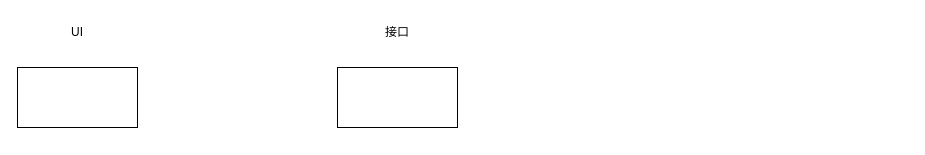
The draw.io diagram company_dialog.drawio in hhhhh15/drawio, before the edit. Source tidied: cells renumbered, new cells numbered last; positions are measured from the earlier drawing's top-left corner, leaving out a move shared by most shapes. Both pictures are drawn from the tidied source at 100%, with x=0, y=0 at pixel (17, 17).
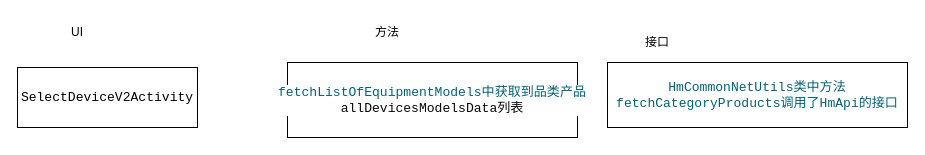
After the change.

Change to the diagram source:
```diff
@@
 <mxGraphModel>
   <root>
     <mxCell id="0" />
     <mxCell id="1" parent="0" />
-    <mxCell id="2" style="whiteSpace=wrap;html=1;" parent="1" vertex="1">
-      <mxGeometry y="50" width="120" height="60" as="geometry" />
+    <mxCell id="2" value="&lt;div style=&quot;background-color:#ffffff;color:#080808&quot;&gt;&lt;pre style=&quot;font-family:'JetBrains Mono',monospace;font-size:9.8pt;&quot;&gt;&lt;span style=&quot;color:#000000;&quot;&gt;SelectDeviceV2Activity&lt;/span&gt;&lt;/pre&gt;&lt;/div&gt;" style="whiteSpace=wrap;html=1;" parent="1" vertex="1">
+      <mxGeometry y="50" width="180" height="60" as="geometry" />
     </mxCell>
     <mxCell id="3" value="UI" style="text;html=1;whiteSpace=wrap;strokeColor=none;fillColor=none;align=center;verticalAlign=middle;rounded=0;" parent="1" vertex="1">
       <mxGeometry x="30" width="60" height="30" as="geometry" />
     </mxCell>
     <mxCell id="4" value="接口" style="text;html=1;whiteSpace=wrap;strokeColor=none;fillColor=none;align=center;verticalAlign=middle;rounded=0;" parent="1" vertex="1">
-      <mxGeometry x="350" width="60" height="30" as="geometry" />
+      <mxGeometry x="610" y="10" width="60" height="30" as="geometry" />
     </mxCell>
-    <mxCell id="5" style="whiteSpace=wrap;html=1;" parent="1" vertex="1">
-      <mxGeometry x="320" y="50" width="120" height="60" as="geometry" />
+    <mxCell id="5" value="&lt;div style=&quot;background-color: rgb(255, 255, 255); color: rgb(8, 8, 8);&quot;&gt;&lt;pre style=&quot;font-family:'JetBrains Mono',monospace;font-size:9.8pt;&quot;&gt;&lt;span style=&quot;color: rgb(0, 98, 122);&quot;&gt;HmCommonNetUtils类中方法&lt;br&gt;fetchCategoryProducts调用了HmApi的接口&lt;/span&gt;&lt;/pre&gt;&lt;/div&gt;" style="whiteSpace=wrap;html=1;" parent="1" vertex="1">
+      <mxGeometry x="590" y="45" width="300" height="65" as="geometry" />
     </mxCell>
+    <mxCell id="6" value="&lt;div style=&quot;background-color: rgb(255, 255, 255); color: rgb(8, 8, 8);&quot;&gt;&lt;pre style=&quot;font-family:'JetBrains Mono',monospace;font-size:9.8pt;&quot;&gt;&lt;span style=&quot;color: rgb(0, 98, 122);&quot;&gt;fetchListOfEquipmentModels中获取到品类产品&lt;br&gt;&lt;/span&gt;allDevicesModelsData列表&lt;/pre&gt;&lt;/div&gt;" style="whiteSpace=wrap;html=1;" parent="1" vertex="1">
+      <mxGeometry x="270" y="45" width="290" height="75" as="geometry" />
+    </mxCell>
+    <mxCell id="7" value="方法" style="text;html=1;whiteSpace=wrap;strokeColor=none;fillColor=none;align=center;verticalAlign=middle;rounded=0;" parent="1" vertex="1">
+      <mxGeometry x="340" width="60" height="30" as="geometry" />
+    </mxCell>
   </root>
 </mxGraphModel>
```
